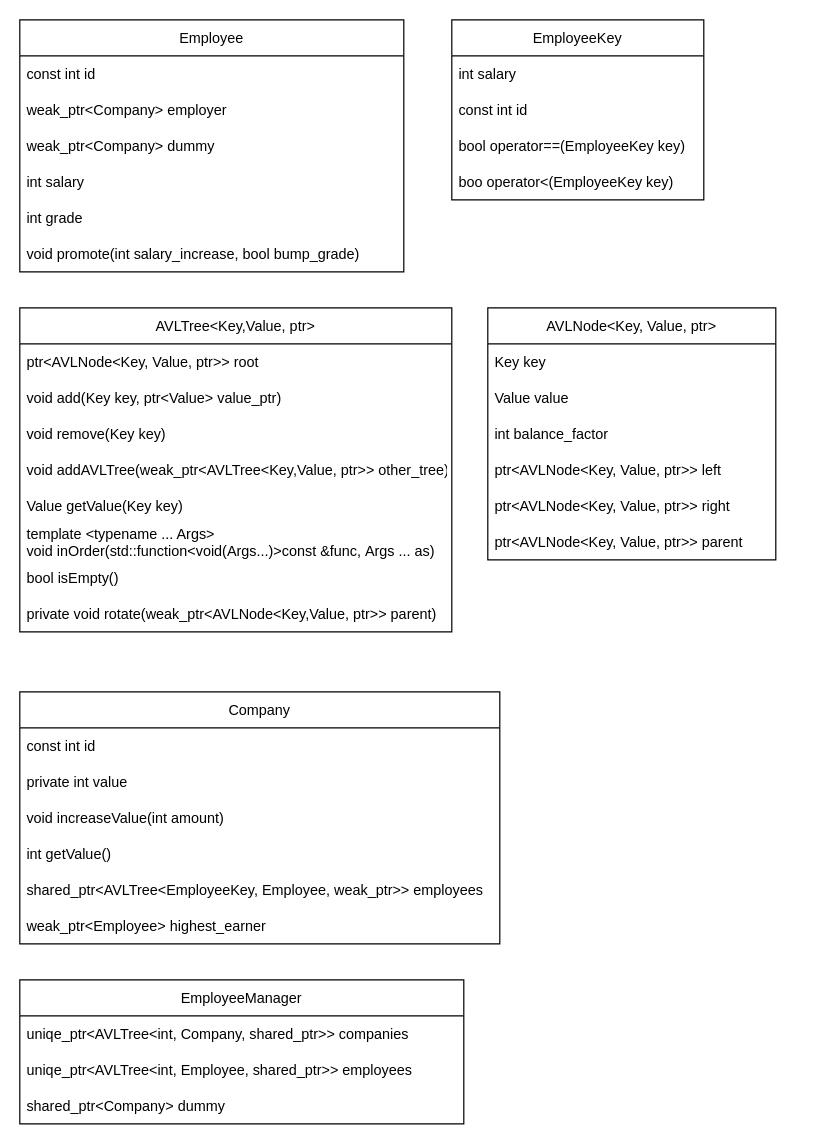
Above: DataStructsHW1.drawio in adamkatav/DataSysHW1 (draw.io), before the change. Source tidied: cells renumbered, new cells numbered last; positions are measured from the earlier drawing's top-left corner, leaving out a move shared by most shapes. Both pictures are drawn from the tidied source at 120%, with x=0, y=0 at pixel (19, 19).
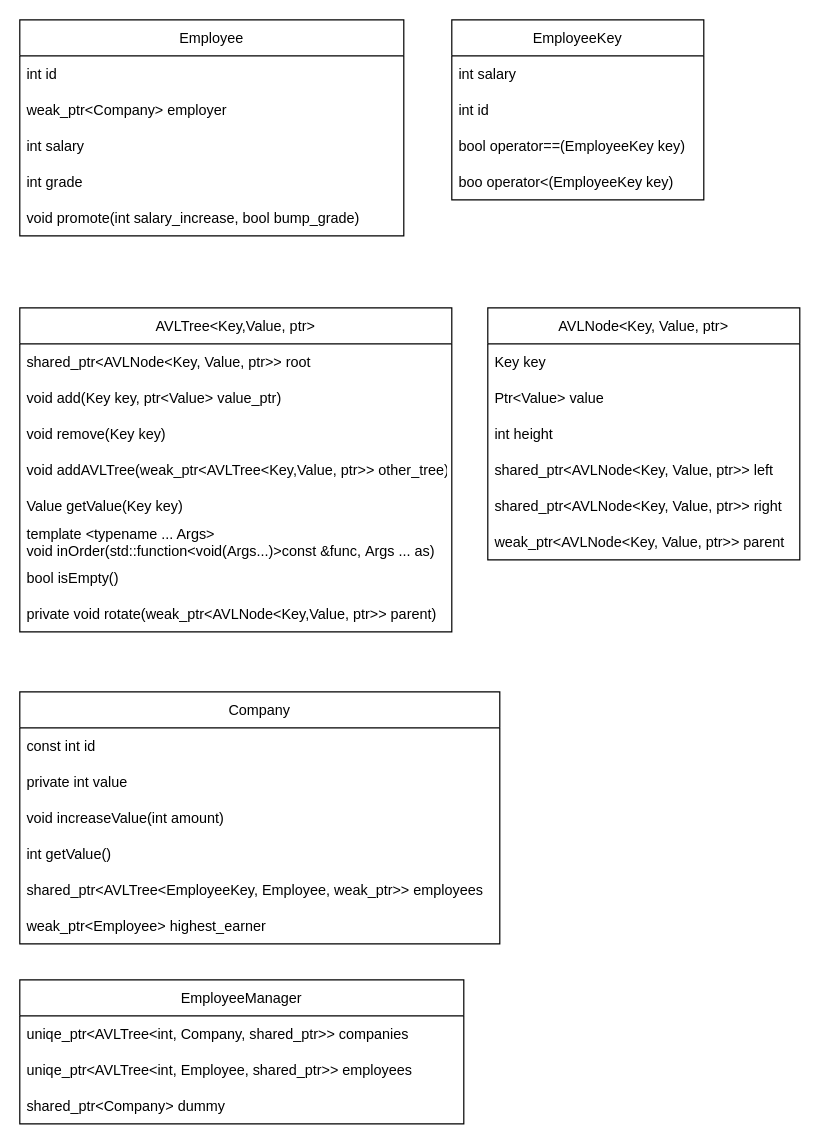
Above is the later version.

Unchanged cells that the change refers to:
```xml
<mxCell id="16" value="EmployeeKey" style="swimlane;fontStyle=0;horizontal=1;startSize=30;" parent="1" vertex="1">
  <mxGeometry x="360" width="210" height="150" as="geometry" />
</mxCell>
<mxCell id="25" value="AVLTree&lt;Key,Value, ptr&gt;" style="swimlane;fontStyle=0;horizontal=1;startSize=30;" parent="1" vertex="1">
  <mxGeometry y="240" width="360" height="270" as="geometry" />
</mxCell>
```

What changed in the source:
```diff
@@
     <mxCell id="9" value="Employee" style="swimlane;fontStyle=0;horizontal=1;startSize=30;" parent="1" vertex="1">
-      <mxGeometry width="320" height="210" as="geometry" />
+      <mxGeometry width="320" height="180" as="geometry" />
     </mxCell>
-    <mxCell id="10" value="const int id" style="text;strokeColor=none;fillColor=none;align=left;verticalAlign=middle;spacingLeft=4;spacingRight=4;overflow=hidden;" parent="9" vertex="1">
+    <mxCell id="10" value="int id" style="text;strokeColor=none;fillColor=none;align=left;verticalAlign=middle;spacingLeft=4;spacingRight=4;overflow=hidden;" parent="9" vertex="1">
       <mxGeometry y="30" width="320" height="30" as="geometry" />
     </mxCell>
@@
-    <mxCell id="12" value="weak_ptr&lt;Company&gt; dummy" style="text;strokeColor=none;fillColor=none;align=left;verticalAlign=middle;spacingLeft=4;spacingRight=4;overflow=hidden;" parent="9" vertex="1">
-      <mxGeometry y="90" width="320" height="30" as="geometry" />
-    </mxCell>
     <mxCell id="13" value="int salary" style="text;strokeColor=none;fillColor=none;align=left;verticalAlign=middle;spacingLeft=4;spacingRight=4;overflow=hidden;" parent="9" vertex="1">
-      <mxGeometry y="120" width="320" height="30" as="geometry" />
+      <mxGeometry y="90" width="320" height="30" as="geometry" />
     </mxCell>
     <mxCell id="14" value="int grade" style="text;strokeColor=none;fillColor=none;align=left;verticalAlign=middle;spacingLeft=4;spacingRight=4;overflow=hidden;" parent="9" vertex="1">
-      <mxGeometry y="150" width="320" height="30" as="geometry" />
+      <mxGeometry y="120" width="320" height="30" as="geometry" />
     </mxCell>
     <mxCell id="15" value="void promote(int salary_increase, bool bump_grade)" style="text;strokeColor=none;fillColor=none;align=left;verticalAlign=middle;spacingLeft=4;spacingRight=4;overflow=hidden;" parent="9" vertex="1">
-      <mxGeometry y="180" width="320" height="30" as="geometry" />
+      <mxGeometry y="150" width="320" height="30" as="geometry" />
     </mxCell>
@@
-    <mxCell id="18" value="const int id" style="text;strokeColor=none;fillColor=none;align=left;verticalAlign=middle;spacingLeft=4;spacingRight=4;overflow=hidden;" parent="16" vertex="1">
+    <mxCell id="18" value="int id" style="text;strokeColor=none;fillColor=none;align=left;verticalAlign=middle;spacingLeft=4;spacingRight=4;overflow=hidden;" parent="16" vertex="1">
       <mxGeometry y="60" width="210" height="30" as="geometry" />
     </mxCell>
@@
-    <mxCell id="26" value="ptr&lt;AVLNode&lt;Key, Value, ptr&gt;&gt; root" style="text;strokeColor=none;fillColor=none;align=left;verticalAlign=middle;spacingLeft=4;spacingRight=4;overflow=hidden;" parent="25" vertex="1">
+    <mxCell id="26" value="shared_ptr&lt;AVLNode&lt;Key, Value, ptr&gt;&gt; root" style="text;strokeColor=none;fillColor=none;align=left;verticalAlign=middle;spacingLeft=4;spacingRight=4;overflow=hidden;" parent="25" vertex="1">
       <mxGeometry y="30" width="360" height="30" as="geometry" />
     </mxCell>
@@
     <mxCell id="34" value="AVLNode&lt;Key, Value, ptr&gt;" style="swimlane;fontStyle=0;horizontal=1;startSize=30;" parent="1" vertex="1">
-      <mxGeometry x="390" y="240" width="240" height="210" as="geometry" />
+      <mxGeometry x="390" y="240" width="260" height="210" as="geometry" />
     </mxCell>
     <mxCell id="35" value="Key key" style="text;strokeColor=none;fillColor=none;align=left;verticalAlign=middle;spacingLeft=4;spacingRight=4;overflow=hidden;" parent="34" vertex="1">
-      <mxGeometry y="30" width="240" height="30" as="geometry" />
+      <mxGeometry y="30" width="260" height="30" as="geometry" />
     </mxCell>
-    <mxCell id="36" value="Value value" style="text;strokeColor=none;fillColor=none;align=left;verticalAlign=middle;spacingLeft=4;spacingRight=4;overflow=hidden;" parent="34" vertex="1">
-      <mxGeometry y="60" width="240" height="30" as="geometry" />
+    <mxCell id="36" value="Ptr&lt;Value&gt; value" style="text;strokeColor=none;fillColor=none;align=left;verticalAlign=middle;spacingLeft=4;spacingRight=4;overflow=hidden;" parent="34" vertex="1">
+      <mxGeometry y="60" width="260" height="30" as="geometry" />
     </mxCell>
-    <mxCell id="37" value="int balance_factor" style="text;strokeColor=none;fillColor=none;align=left;verticalAlign=middle;spacingLeft=4;spacingRight=4;overflow=hidden;" parent="34" vertex="1">
-      <mxGeometry y="90" width="240" height="30" as="geometry" />
+    <mxCell id="37" value="int height" style="text;strokeColor=none;fillColor=none;align=left;verticalAlign=middle;spacingLeft=4;spacingRight=4;overflow=hidden;" parent="34" vertex="1">
+      <mxGeometry y="90" width="260" height="30" as="geometry" />
     </mxCell>
-    <mxCell id="38" value="ptr&lt;AVLNode&lt;Key, Value, ptr&gt;&gt; left" style="text;strokeColor=none;fillColor=none;align=left;verticalAlign=middle;spacingLeft=4;spacingRight=4;overflow=hidden;" parent="34" vertex="1">
-      <mxGeometry y="120" width="240" height="30" as="geometry" />
+    <mxCell id="38" value="shared_ptr&lt;AVLNode&lt;Key, Value, ptr&gt;&gt; left" style="text;strokeColor=none;fillColor=none;align=left;verticalAlign=middle;spacingLeft=4;spacingRight=4;overflow=hidden;" parent="34" vertex="1">
+      <mxGeometry y="120" width="260" height="30" as="geometry" />
     </mxCell>
-    <mxCell id="39" value="ptr&lt;AVLNode&lt;Key, Value, ptr&gt;&gt; right" style="text;strokeColor=none;fillColor=none;align=left;verticalAlign=middle;spacingLeft=4;spacingRight=4;overflow=hidden;" parent="34" vertex="1">
-      <mxGeometry y="150" width="240" height="30" as="geometry" />
+    <mxCell id="39" value="shared_ptr&lt;AVLNode&lt;Key, Value, ptr&gt;&gt; right" style="text;strokeColor=none;fillColor=none;align=left;verticalAlign=middle;spacingLeft=4;spacingRight=4;overflow=hidden;" parent="34" vertex="1">
+      <mxGeometry y="150" width="260" height="30" as="geometry" />
     </mxCell>
-    <mxCell id="40" value="ptr&lt;AVLNode&lt;Key, Value, ptr&gt;&gt; parent" style="text;strokeColor=none;fillColor=none;align=left;verticalAlign=middle;spacingLeft=4;spacingRight=4;overflow=hidden;" parent="34" vertex="1">
-      <mxGeometry y="180" width="240" height="30" as="geometry" />
+    <mxCell id="40" value="weak_ptr&lt;AVLNode&lt;Key, Value, ptr&gt;&gt; parent" style="text;strokeColor=none;fillColor=none;align=left;verticalAlign=middle;spacingLeft=4;spacingRight=4;overflow=hidden;" parent="34" vertex="1">
+      <mxGeometry y="180" width="260" height="30" as="geometry" />
     </mxCell>
```
